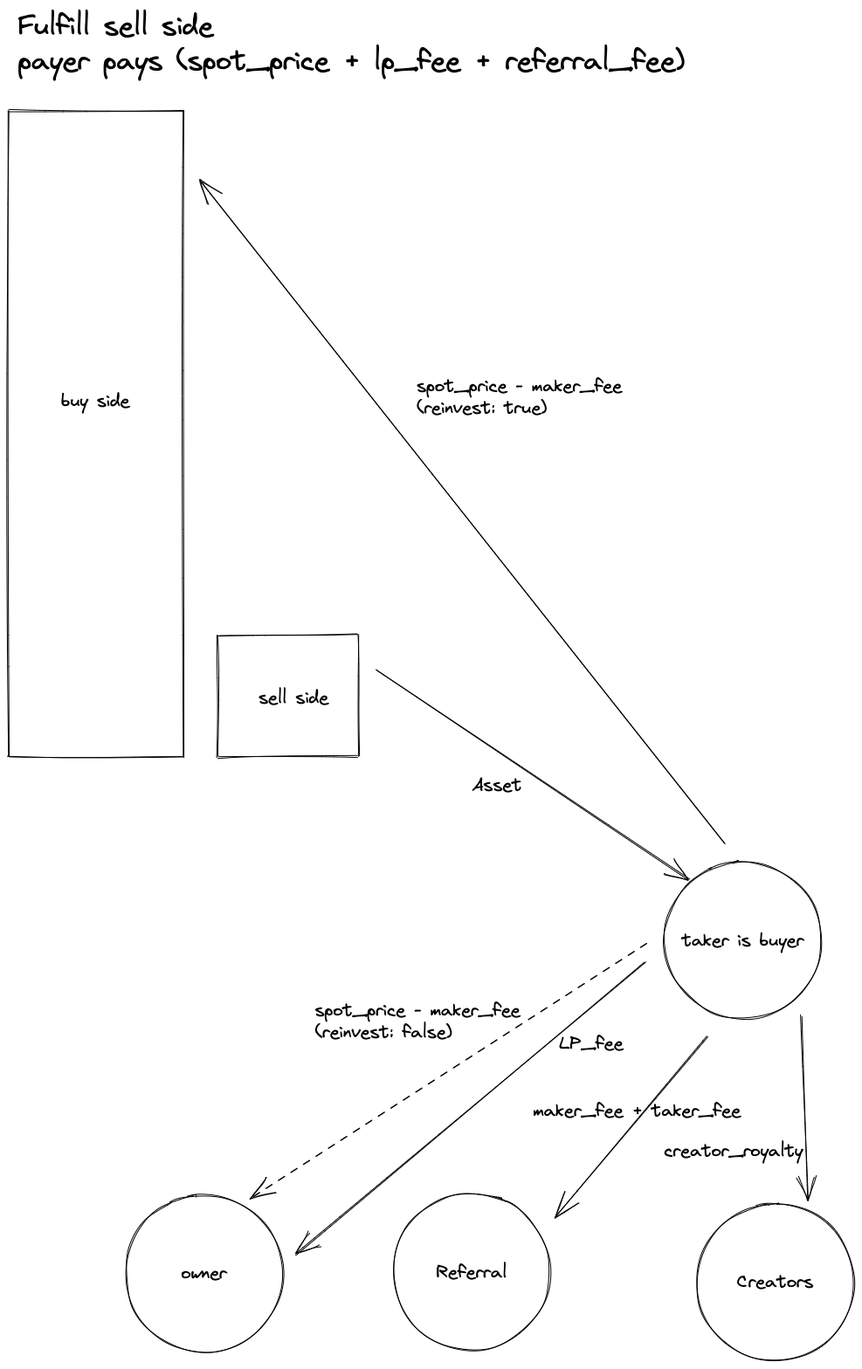
The Excalidraw diagram docs/fulfill_sell.excalidraw.png in me-foundation/mmm, before a commit. Source tidied: one line per element, renumbered; positions are measured from the earlier drawing's top-left corner, leaving out a move shared by most shapes.
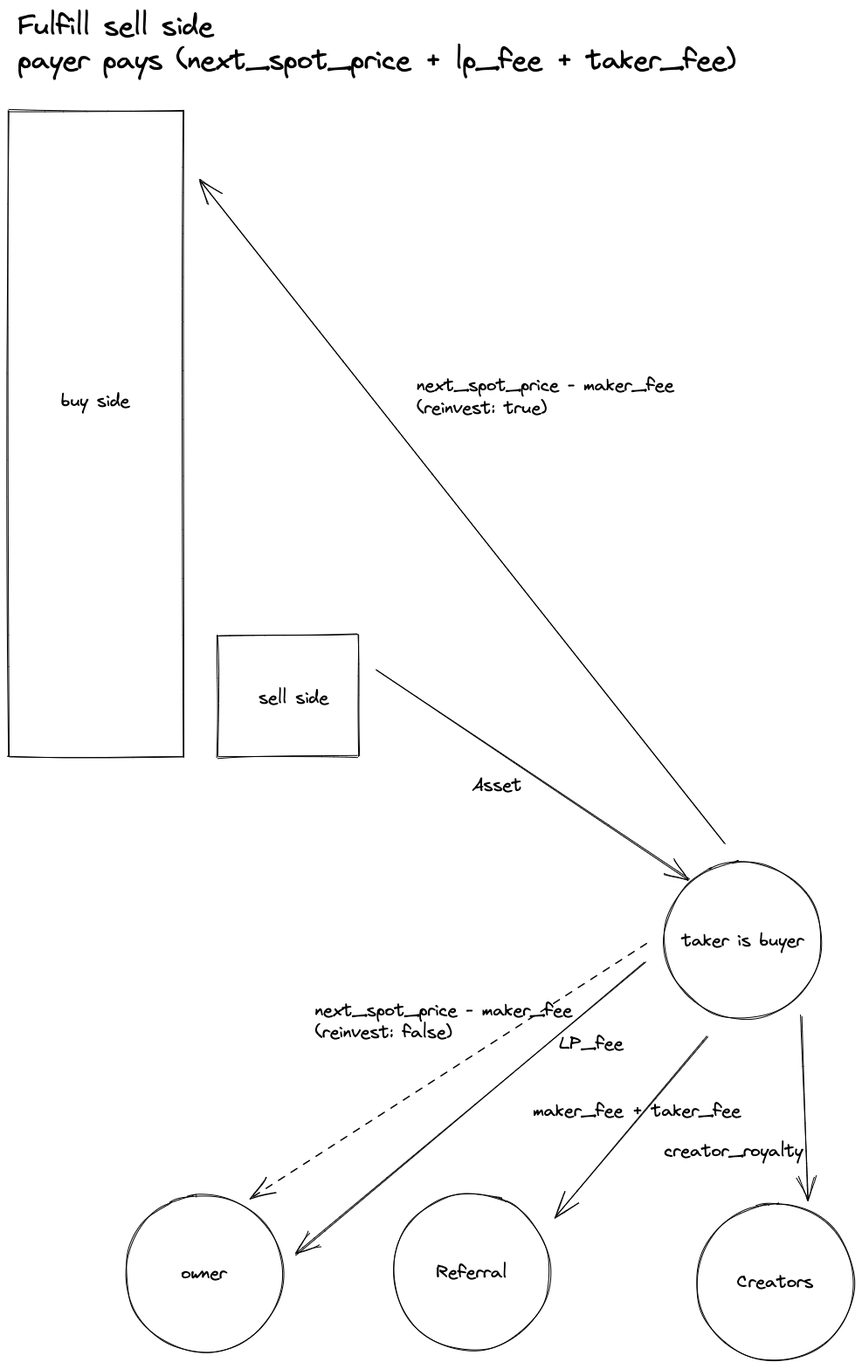
The same diagram one commit later.

Commit message:
Fix image for fulfill sell (#38)

* Fix image for fulfill sell

* Fix comments in the image

* Fix image

What changed in the source:
```diff
@@ -6,7 +6,7 @@
 {"id": 5, "type": "text", "text": "owner", "strokeColor": "#000000", "strokeWidth": 1, "roughness": 1, "fontSize": 20, "fontFamily": 1, "textAlign": "center", "verticalAlign": "middle", "inside": 4, "x": 197, "y": 1436, "width": 54, "height": 25}
 {"id": 6, "type": "ellipse", "strokeColor": "#000000", "strokeWidth": 1, "roughness": 1, "x": 750, "y": 977, "width": 180, "height": 180}
 {"id": 7, "type": "text", "text": "taker is buyer", "strokeColor": "#000000", "strokeWidth": 1, "roughness": 1, "fontSize": 20, "fontFamily": 1, "textAlign": "center", "verticalAlign": "middle", "inside": 6, "x": 756, "y": 1055, "width": 170, "height": 25}
-{"id": 8, "type": "text", "text": "spot_price - maker_fee\n(reinvest: true)", "strokeColor": "#000000", "strokeWidth": 1, "roughness": 1, "fontSize": 20, "fontFamily": 1, "x": 467, "y": 420, "width": 236, "height": 50}
+{"id": 8, "type": "text", "text": "next_spot_price - maker_fee\n(reinvest: true)", "strokeColor": "#000000", "strokeWidth": 1, "roughness": 1, "fontSize": 20, "fontFamily": 1, "x": 467, "y": 420, "width": 295, "height": 51}
 {"id": 9, "type": "text", "text": "Asset", "strokeColor": "#000000", "strokeWidth": 1, "roughness": 1, "fontSize": 20, "fontFamily": 1, "x": 530, "y": 877, "width": 58, "height": 25}
 {"id": 10, "type": "arrow", "strokeColor": "#000000", "strokeWidth": 1, "roughness": 1, "endArrowhead": "arrow", "from": 6, "to": 4, "x": 728, "y": 1091, "width": 401, "height": 337, "points": [[0, 0], [-401, 337]]}
 {"id": 11, "type": "text", "text": "LP_fee", "strokeColor": "#000000", "strokeWidth": 1, "roughness": 1, "fontSize": 20, "fontFamily": 1, "x": 630, "y": 1173, "width": 75, "height": 25}
@@ -17,8 +17,8 @@
 {"id": 16, "type": "arrow", "strokeColor": "#000000", "strokeWidth": 1, "roughness": 1, "endArrowhead": "arrow", "from": 6, "to": 14, "x": 800, "y": 1177, "width": 172, "height": 205, "points": [[0, 0], [-172, 205]]}
 {"id": 17, "type": "text", "text": "maker_fee + taker_fee", "strokeColor": "#000000", "strokeWidth": 1, "roughness": 1, "fontSize": 20, "fontFamily": 1, "x": 600, "y": 1250, "width": 240, "height": 25}
 {"id": 18, "type": "arrow", "strokeColor": "#000000", "strokeWidth": 1, "strokeStyle": "dashed", "roughness": 1, "endArrowhead": "arrow", "from": 6, "to": 4, "x": 730, "y": 1072, "width": 453, "height": 289, "points": [[0, 0], [-453, 289]]}
-{"id": 19, "type": "text", "text": "spot_price - maker_fee\n(reinvest: false)", "strokeColor": "#000000", "strokeWidth": 1, "roughness": 1, "fontSize": 20, "fontFamily": 1, "x": 351, "y": 1135, "width": 236, "height": 50}
+{"id": 19, "type": "text", "text": "next_spot_price - maker_fee\n(reinvest: false)", "strokeColor": "#000000", "strokeWidth": 1, "roughness": 1, "fontSize": 20, "fontFamily": 1, "x": 351, "y": 1135, "width": 295, "height": 51}
-{"id": 20, "type": "text", "text": "Fulfill sell side\npayer pays (spot_price + lp_fee + referral_fee)", "strokeColor": "#000000", "strokeWidth": 1, "strokeStyle": "dashed", "roughness": 1, "fontSize": 31.4, "fontFamily": 1, "x": 10, "y": 0, "width": 765, "height": 80}
+{"id": 20, "type": "text", "text": "Fulfill sell side\npayer pays (next_spot_price + lp_fee + taker_fee)", "strokeColor": "#000000", "strokeWidth": 1, "strokeStyle": "dashed", "roughness": 1, "fontSize": 31.4, "fontFamily": 1, "x": 10, "y": 0, "width": 824, "height": 79}
 {"id": 21, "type": "ellipse", "strokeColor": "#000000", "strokeWidth": 1, "roughness": 1, "x": 788, "y": 1369, "width": 180, "height": 180}
 {"id": 22, "type": "text", "text": "Creators", "strokeColor": "#000000", "strokeWidth": 1, "roughness": 1, "fontSize": 20, "fontFamily": 1, "textAlign": "center", "verticalAlign": "middle", "inside": 21, "x": 793, "y": 1446, "width": 170, "height": 25}
 {"id": 23, "type": "arrow", "strokeColor": "#000000", "strokeWidth": 1, "roughness": 1, "endArrowhead": "arrow", "from": 6, "to": 21, "x": 908, "y": 1153, "width": 7, "height": 212, "points": [[0, 0], [7, 212]]}
```
